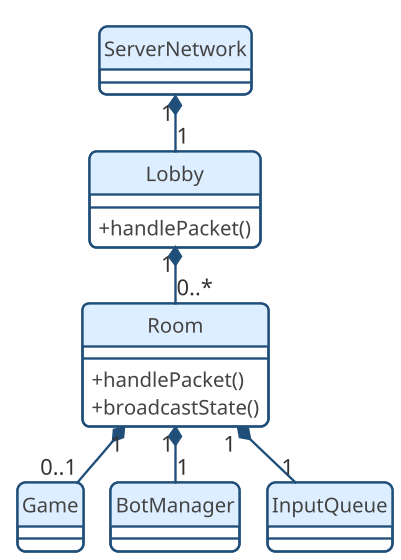
thomasctn/Projet_PacMan_En_Reseau keeps this PlantUML diagram as Rapport/UML/PacMan_UML_Server_mini_2 zoomRoom.png. Above is the earlier version. The source it was exported from:
```plantuml
@startuml
top to bottom direction
skinparam classAttributeIconSize 0
skinparam shadowing false
skinparam ArrowColor #333333
skinparam ArrowThickness 1
skinparam ClassFontSize 12
skinparam ClassFontName Arial
skinparam ClassBackgroundColor #fdfdfd
skinparam ClassBorderColor #444444

!include theme.puml


class ServerNetwork {
}

class Lobby {

    + handlePacket()
}

class Room {
    + handlePacket()
    + broadcastState()
}

class Game {
}


class BotManager {
}

ServerNetwork "1" *-- "1" Lobby

Lobby "1" *-- "0..*" Room
Room "1" *-- "0..1" Game
Room "1" *-- "1" BotManager
Room "1" *-- "1" InputQueue

@enduml
```
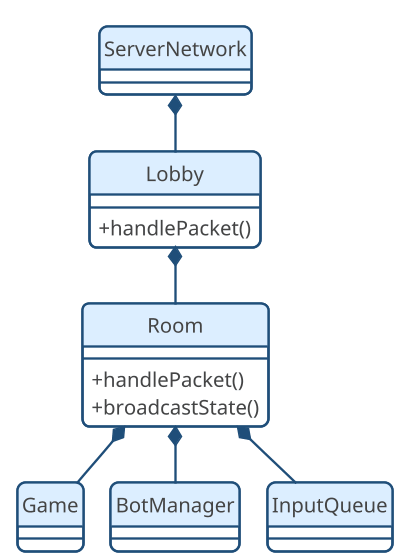
Later version of the same file.

What changed in the source:
```diff
@@ -32,11 +32,11 @@
 class BotManager {
 }
 
-ServerNetwork "1" *-- "1" Lobby
+ServerNetwork *-- Lobby
 
-Lobby "1" *-- "0..*" Room
-Room "1" *-- "0..1" Game
-Room "1" *-- "1" BotManager
-Room "1" *-- "1" InputQueue
+Lobby *-- Room
+Room *-- Game
+Room *-- BotManager
+Room *-- InputQueue
 
 @enduml
```
